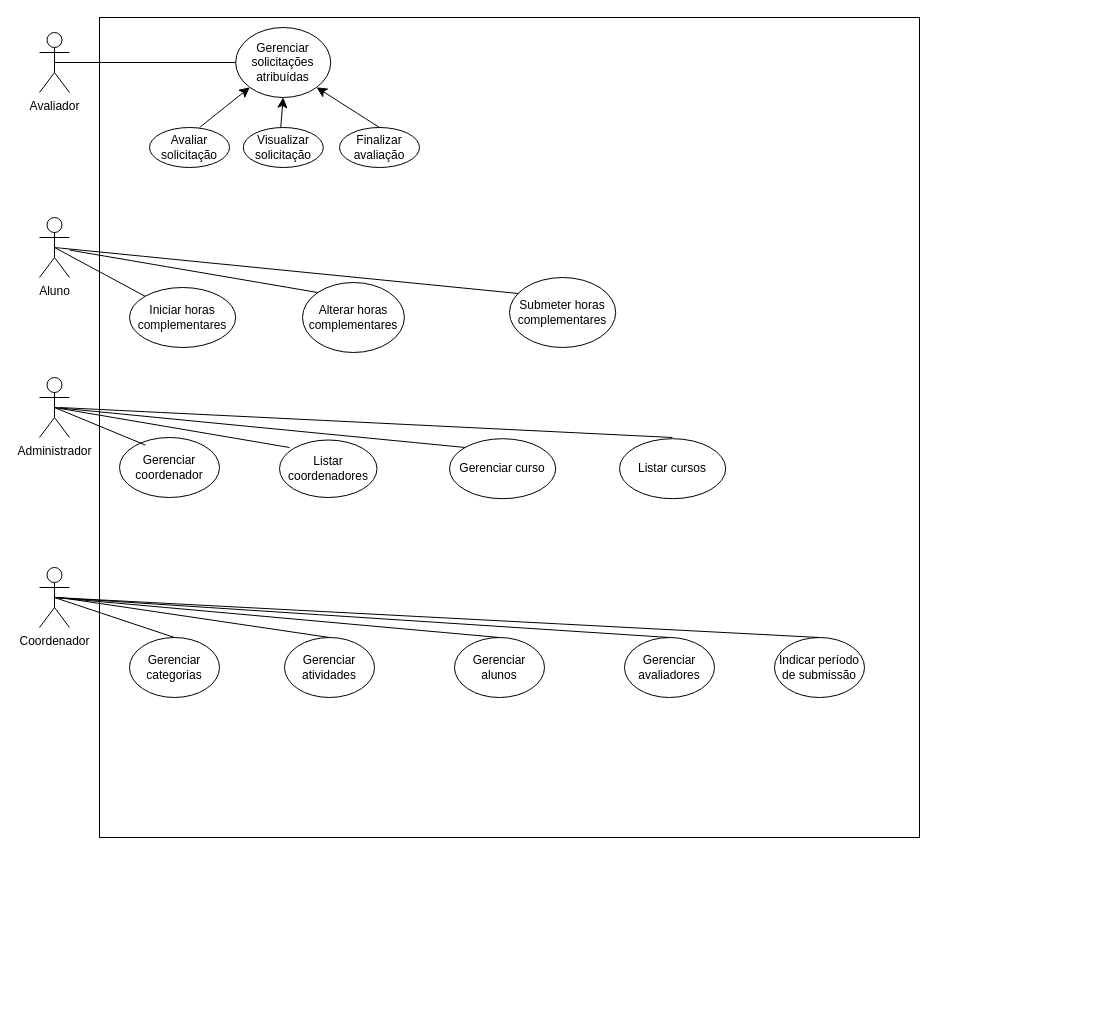
The draw.io diagram trabanalise.drawio in DGzzzzz/ADS_IF, before the edit. Source tidied: cells renumbered, new cells numbered last; positions are measured from the earlier drawing's top-left corner, leaving out a move shared by most shapes. Both pictures are drawn from the tidied source at 100%, with x=0, y=0 at pixel (39, 17).
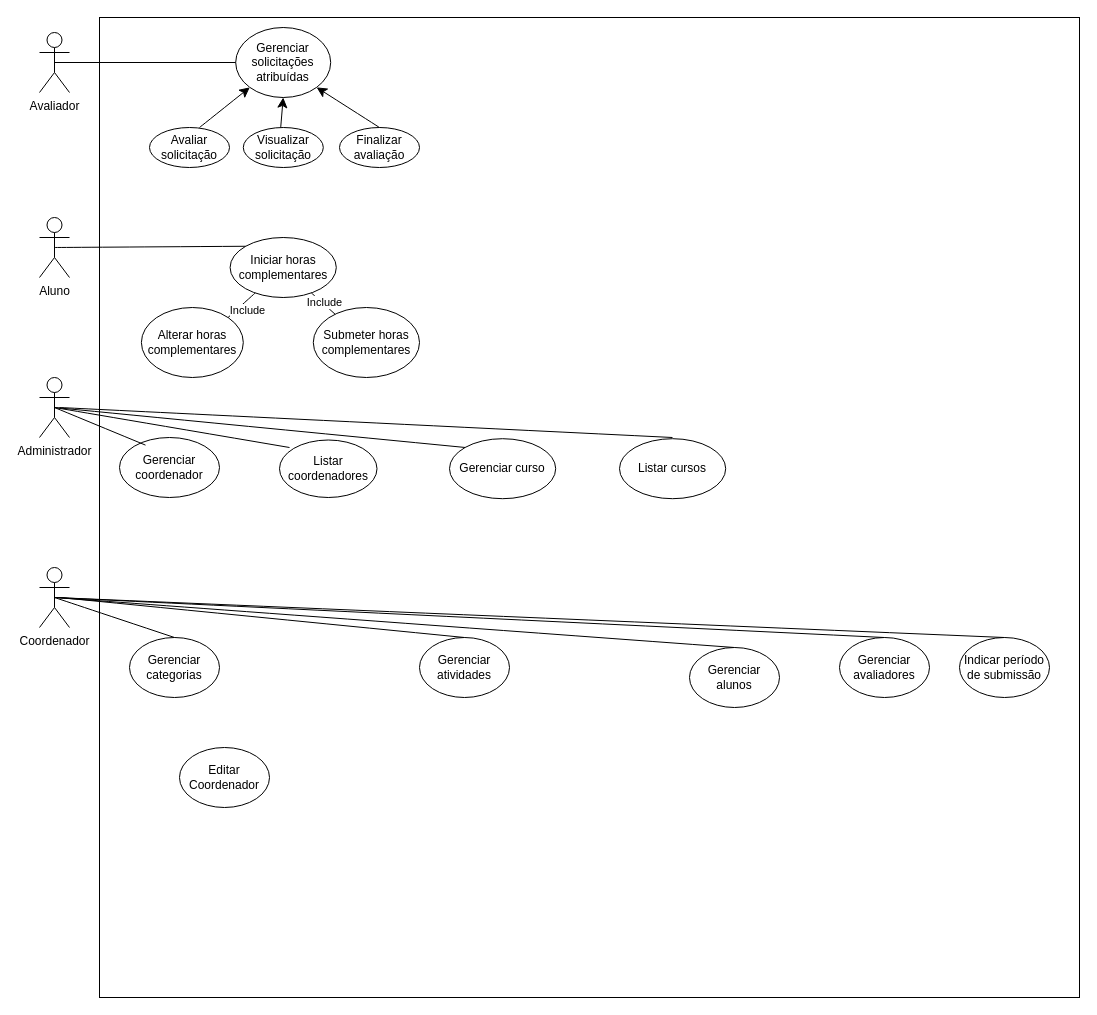
Above is the later version.

The change refers to these unchanged cells:
```xml
<mxCell id="3" value="Aluno" style="shape=umlActor;verticalLabelPosition=bottom;verticalAlign=top;html=1;outlineConnect=0;" parent="1" vertex="1">
  <mxGeometry y="200" width="30" height="60" as="geometry" />
</mxCell>
```

The edit, as a diff of the source:
```diff
@@
     <mxCell id="2" style="whiteSpace=wrap;html=1;" parent="1" vertex="1">
-      <mxGeometry x="60" width="820" height="820" as="geometry" />
+      <mxGeometry x="60" width="980" height="980" as="geometry" />
     </mxCell>
@@
     <mxCell id="10" value="Gerenciar atividades" style="ellipse;whiteSpace=wrap;html=1;" parent="1" vertex="1">
-      <mxGeometry x="245" y="620" width="90" height="60" as="geometry" />
+      <mxGeometry x="380" y="620" width="90" height="60" as="geometry" />
     </mxCell>
     <mxCell id="11" value="Gerenciar alunos" style="ellipse;whiteSpace=wrap;html=1;" parent="1" vertex="1">
-      <mxGeometry x="415" y="620" width="90" height="60" as="geometry" />
+      <mxGeometry x="650" y="630" width="90" height="60" as="geometry" />
     </mxCell>
     <mxCell id="12" value="Gerenciar avaliadores" style="ellipse;whiteSpace=wrap;html=1;" parent="1" vertex="1">
-      <mxGeometry x="585" y="620" width="90" height="60" as="geometry" />
+      <mxGeometry x="800" y="620" width="90" height="60" as="geometry" />
     </mxCell>
     <mxCell id="13" value="Indicar período de submissão" style="ellipse;whiteSpace=wrap;html=1;" parent="1" vertex="1">
-      <mxGeometry x="735" y="620" width="90" height="60" as="geometry" />
+      <mxGeometry x="920" y="620" width="90" height="60" as="geometry" />
     </mxCell>
     <mxCell id="14" value="Iniciar horas complementares" style="ellipse;whiteSpace=wrap;html=1;" parent="1" vertex="1">
-      <mxGeometry x="90" y="270" width="106.2" height="60" as="geometry" />
+      <mxGeometry x="190.6" y="220" width="106.2" height="60" as="geometry" />
     </mxCell>
@@
     <mxCell id="16" value="Alterar horas complementares" style="ellipse;whiteSpace=wrap;html=1;" parent="1" vertex="1">
-      <mxGeometry x="263" y="265" width="101.9" height="70" as="geometry" />
+      <mxGeometry x="101.9" y="290" width="101.9" height="70" as="geometry" />
     </mxCell>
     <mxCell id="17" value="Submeter horas complementares" style="ellipse;whiteSpace=wrap;html=1;" parent="1" vertex="1">
-      <mxGeometry x="470" y="260" width="106.2" height="70" as="geometry" />
+      <mxGeometry x="273.8" y="290" width="106.2" height="70" as="geometry" />
     </mxCell>
@@
-    <mxCell id="27" style="endArrow=none;html=1;rounded=0;fontSize=12;startSize=8;endSize=8;curved=1;entryX=0.087;entryY=0.229;entryDx=0;entryDy=0;entryPerimeter=0;exitX=0.5;exitY=0.5;exitDx=0;exitDy=0;exitPerimeter=0;" parent="1" edge="1" source="3" target="17">
+    <mxCell id="27" style="endArrow=none;html=1;rounded=0;fontSize=12;startSize=8;endSize=8;curved=1;" parent="1" edge="1" source="14" target="17">
       <mxGeometry relative="1" as="geometry" />
     </mxCell>
+    <mxCell id="39" value="Include" style="edgeLabel;html=1;align=center;verticalAlign=middle;" parent="27" vertex="1">
+      <mxGeometry x="-0.22" y="4" relative="1" as="geometry">
+        <mxPoint x="1" y="4" as="offset" />
+      </mxGeometry>
+    </mxCell>
-    <mxCell id="28" style="endArrow=none;html=1;rounded=0;fontSize=12;startSize=8;endSize=8;curved=1;entryX=0;entryY=0;entryDx=0;entryDy=0;" parent="1" edge="1" source="3" target="16">
+    <mxCell id="28" style="endArrow=none;html=1;rounded=0;fontSize=12;startSize=8;endSize=8;curved=1;entryX=1;entryY=0;entryDx=0;entryDy=0;" parent="1" edge="1" source="14" target="16">
       <mxGeometry relative="1" as="geometry" />
     </mxCell>
+    <mxCell id="40" value="Include" style="edgeLabel;html=1;align=center;verticalAlign=middle;" parent="28" vertex="1">
+      <mxGeometry x="-0.08" y="7" relative="1" as="geometry" />
+    </mxCell>
@@
+    <mxCell id="41" value="Editar Coordenador" style="ellipse;whiteSpace=wrap;html=1;" parent="1" vertex="1">
+      <mxGeometry x="140" y="730" width="90" height="60" as="geometry" />
+    </mxCell>
```
